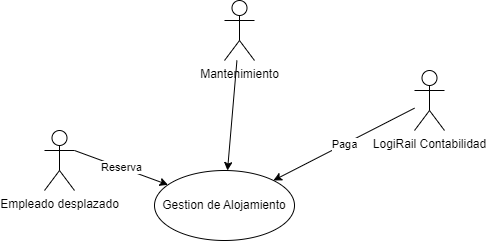
This is Diagramas/diagrama.png from Yugurto7/Logirail-Project, a draw.io export, as it was before one commit. Source tidied: cells renumbered, new cells last; positions are measured from the earlier drawing's top-left corner, leaving out a move shared by most shapes.
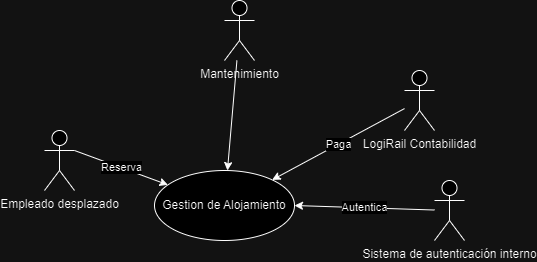
The same file after the commit.

The edit, as a diff of the source:
```diff
@@ -21,7 +21,13 @@
       <mxGeometry relative="1" as="geometry" />
     </mxCell>
     <mxCell id="8" value="LogiRail Contabilidad" style="shape=umlActor;verticalLabelPosition=bottom;verticalAlign=top;html=1;" parent="1" vertex="1">
-      <mxGeometry x="370" y="70" width="30" height="60" as="geometry" />
+      <mxGeometry x="360" y="70" width="30" height="60" as="geometry" />
     </mxCell>
+    <mxCell id="9" value="Sistema de autenticación interno" style="shape=umlActor;verticalLabelPosition=bottom;verticalAlign=top;html=1;outlineConnect=0;" parent="1" vertex="1">
+      <mxGeometry x="390" y="180" width="30" height="60" as="geometry" />
+    </mxCell>
+    <mxCell id="10" value="Autentica" style="endArrow=classic;html=1;rounded=0;entryX=1;entryY=0.5;entryDx=0;entryDy=0;" parent="1" edge="1" source="9" target="2">
+      <mxGeometry relative="1" as="geometry" />
+    </mxCell>
   </root>
 </mxGraphModel>
```
